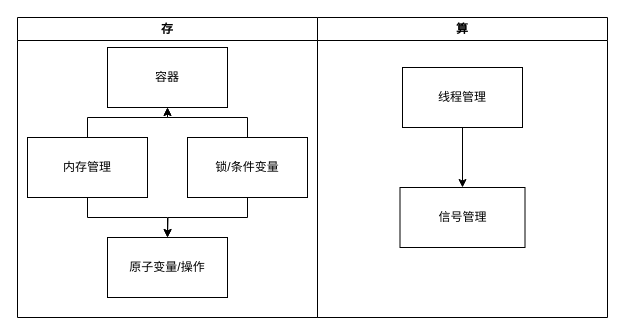
The draw.io diagram lib-module.drawio in huafengxi/draw, before the edit. Source tidied: cells renumbered, new cells numbered last; positions are measured from the earlier drawing's top-left corner, leaving out a move shared by most shapes. Both pictures are drawn from the tidied source at 100%, with x=0, y=0 at pixel (17, 17).
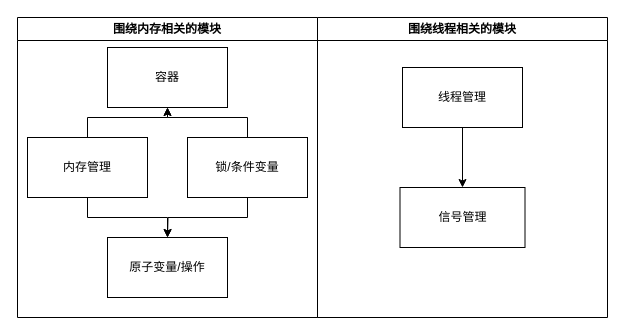
After the change.

What changed in the source:
```diff
@@
 <mxGraphModel>
   <root>
     <mxCell id="0" />
     <mxCell id="1" parent="0" />
-    <mxCell id="2" value="存" style="swimlane;whiteSpace=wrap;html=1;" parent="1" vertex="1">
+    <mxCell id="2" value="围绕内存相关的模块" style="swimlane;whiteSpace=wrap;html=1;" parent="1" vertex="1">
       <mxGeometry width="300" height="300" as="geometry" />
     </mxCell>
     <mxCell id="3" value="容器" style="whiteSpace=wrap;html=1;" parent="2" vertex="1">
       <mxGeometry x="90" y="30" width="120" height="60" as="geometry" />
     </mxCell>
     <mxCell id="4" style="edgeStyle=orthogonalEdgeStyle;rounded=0;jettySize=auto;html=1;exitX=0.5;exitY=1;exitDx=0;exitDy=0;" parent="2" edge="1" source="6" target="10">
       <mxGeometry relative="1" as="geometry" />
     </mxCell>
     <mxCell id="5" style="edgeStyle=orthogonalEdgeStyle;rounded=0;jettySize=auto;html=1;entryX=0.5;entryY=1;entryDx=0;entryDy=0;" parent="2" edge="1" source="6" target="3">
       <mxGeometry relative="1" as="geometry" />
     </mxCell>
     <mxCell id="6" value="内存管理" style="rounded=0;whiteSpace=wrap;html=1;" parent="2" vertex="1">
       <mxGeometry x="10" y="120" width="120" height="60" as="geometry" />
     </mxCell>
     <mxCell id="7" style="edgeStyle=orthogonalEdgeStyle;rounded=0;jettySize=auto;html=1;exitX=0.5;exitY=1;exitDx=0;exitDy=0;" parent="2" edge="1" source="9">
       <mxGeometry relative="1" as="geometry">
         <mxPoint x="150" y="220" as="targetPoint" />
       </mxGeometry>
     </mxCell>
     <mxCell id="8" style="edgeStyle=orthogonalEdgeStyle;rounded=0;jettySize=auto;html=1;entryX=0.5;entryY=1;entryDx=0;entryDy=0;" parent="2" edge="1" source="9" target="3">
       <mxGeometry relative="1" as="geometry" />
     </mxCell>
     <mxCell id="9" value="锁/条件变量" style="rounded=0;whiteSpace=wrap;html=1;" parent="2" vertex="1">
       <mxGeometry x="170" y="120" width="120" height="60" as="geometry" />
     </mxCell>
     <mxCell id="10" value="原子变量/操作" style="rounded=0;whiteSpace=wrap;html=1;" parent="2" vertex="1">
       <mxGeometry x="90" y="220" width="120" height="60" as="geometry" />
     </mxCell>
-    <mxCell id="11" value="算" style="swimlane;whiteSpace=wrap;html=1;" parent="1" vertex="1">
+    <mxCell id="11" value="围绕线程相关的模块" style="swimlane;whiteSpace=wrap;html=1;" parent="1" vertex="1">
       <mxGeometry x="300" width="290" height="300" as="geometry" />
     </mxCell>
     <mxCell id="12" style="edgeStyle=orthogonalEdgeStyle;rounded=0;jettySize=auto;html=1;exitX=0.5;exitY=1;exitDx=0;exitDy=0;entryX=0.5;entryY=0;entryDx=0;entryDy=0;" parent="11" edge="1" source="13" target="14">
       <mxGeometry relative="1" as="geometry" />
     </mxCell>
     <mxCell id="13" value="线程管理" style="whiteSpace=wrap;html=1;" parent="11" vertex="1">
       <mxGeometry x="85" y="50" width="120" height="60" as="geometry" />
     </mxCell>
     <mxCell id="14" value="信号管理" style="whiteSpace=wrap;html=1;" parent="11" vertex="1">
       <mxGeometry x="82.5" y="170" width="125" height="60" as="geometry" />
     </mxCell>
   </root>
 </mxGraphModel>
```
